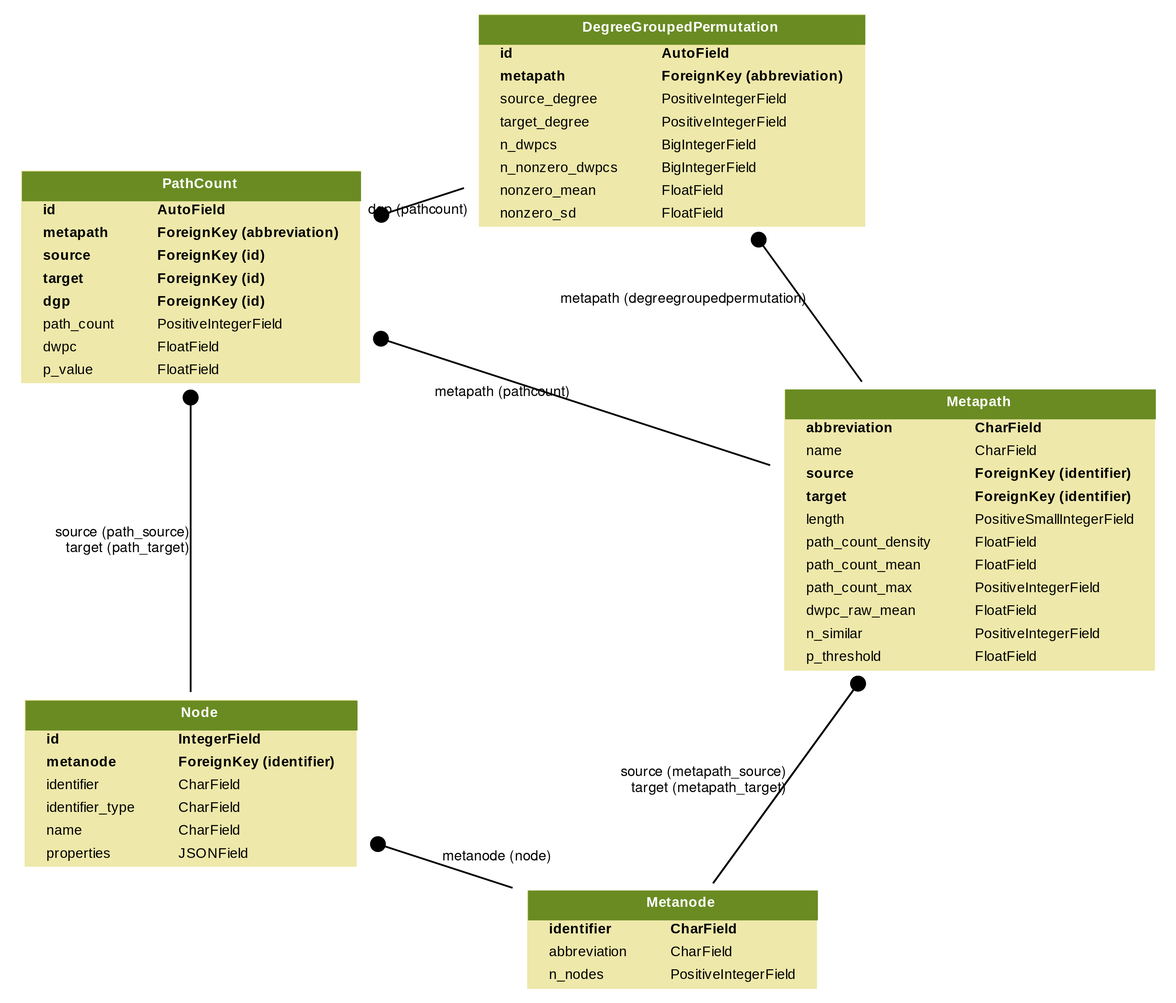
Before: media/models-schema.png, a diagram exported from Graphviz (greenelab/connectivity-search-backend). Its source is kept beside it as media/models-schema.dot.
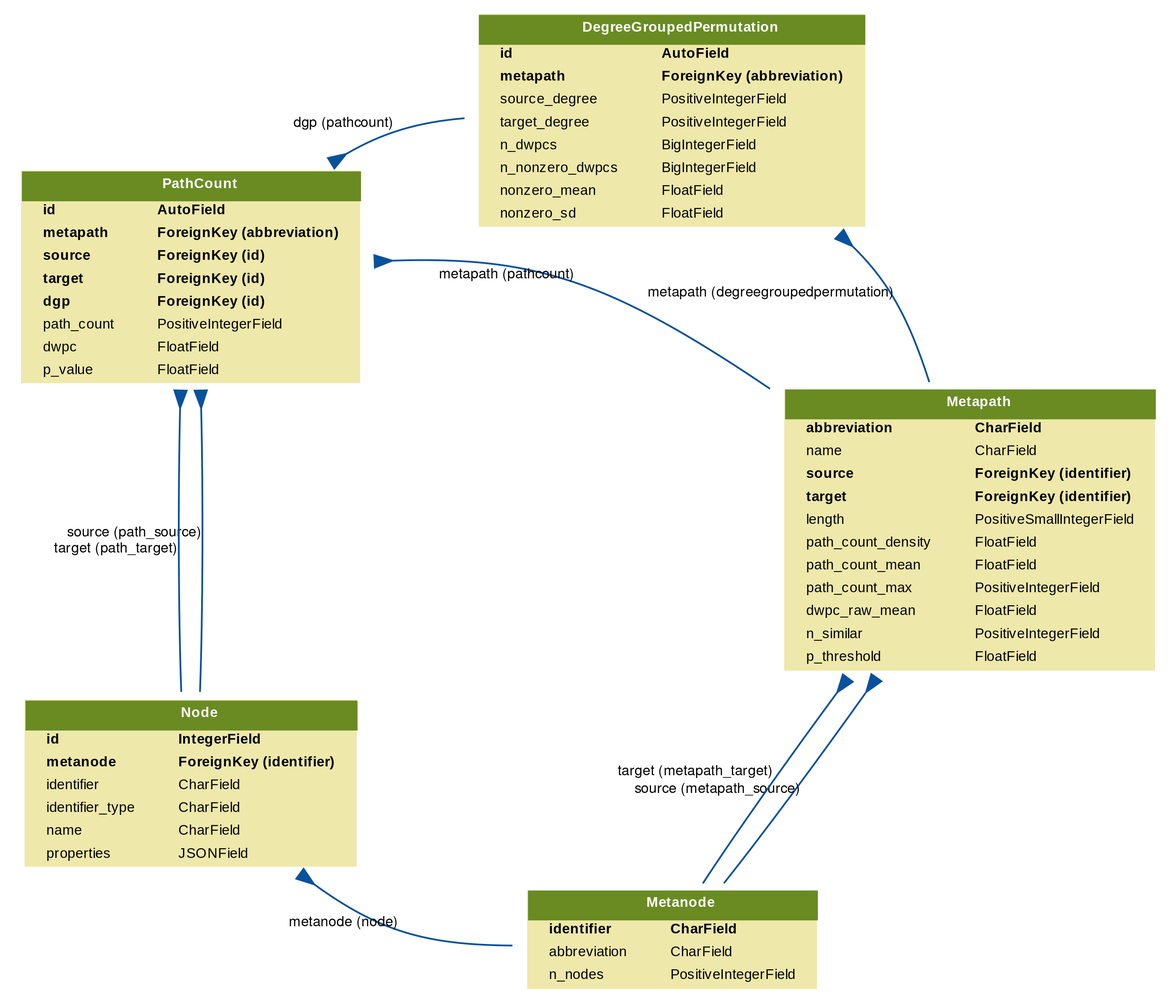
Above is the later version.

Commit message:
models-schema separate script

Diff of the diagram source:
```diff
@@ -360,28 +360,28 @@
 
 
   dj_hetmech_app_models_Node -> dj_hetmech_app_models_Metanode
-  [label="metanode (node)"] [arrowhead=none, arrowtail=dot, dir=both];
+  [label="metanode (node)"] [arrowhead=none, arrowtail=inv, dir=both];
 
   dj_hetmech_app_models_Metapath -> dj_hetmech_app_models_Metanode
-  [label="source (metapath_source)"] [arrowhead=none, arrowtail=dot, dir=both];
+  [label="source (metapath_source)"] [arrowhead=none, arrowtail=inv, dir=both];
 
   dj_hetmech_app_models_Metapath -> dj_hetmech_app_models_Metanode
-  [label="target (metapath_target)"] [arrowhead=none, arrowtail=dot, dir=both];
+  [label="target (metapath_target)"] [arrowhead=none, arrowtail=inv, dir=both];
 
   dj_hetmech_app_models_DegreeGroupedPermutation -> dj_hetmech_app_models_Metapath
-  [label="metapath (degreegroupedpermutation)"] [arrowhead=none, arrowtail=dot, dir=both];
+  [label="metapath (degreegroupedpermutation)"] [arrowhead=none, arrowtail=inv, dir=both];
 
   dj_hetmech_app_models_PathCount -> dj_hetmech_app_models_Metapath
-  [label="metapath (pathcount)"] [arrowhead=none, arrowtail=dot, dir=both];
+  [label="metapath (pathcount)"] [arrowhead=none, arrowtail=inv, dir=both];
 
   dj_hetmech_app_models_PathCount -> dj_hetmech_app_models_Node
-  [label="source (path_source)"] [arrowhead=none, arrowtail=dot, dir=both];
+  [label="source (path_source)"] [arrowhead=none, arrowtail=inv, dir=both];
 
   dj_hetmech_app_models_PathCount -> dj_hetmech_app_models_Node
-  [label="target (path_target)"] [arrowhead=none, arrowtail=dot, dir=both];
+  [label="target (path_target)"] [arrowhead=none, arrowtail=inv, dir=both];
 
   dj_hetmech_app_models_PathCount -> dj_hetmech_app_models_DegreeGroupedPermutation
-  [label="dgp (pathcount)"] [arrowhead=none, arrowtail=dot, dir=both];
+  [label="dgp (pathcount)"] [arrowhead=none, arrowtail=inv, dir=both];
 
 
 }
```
